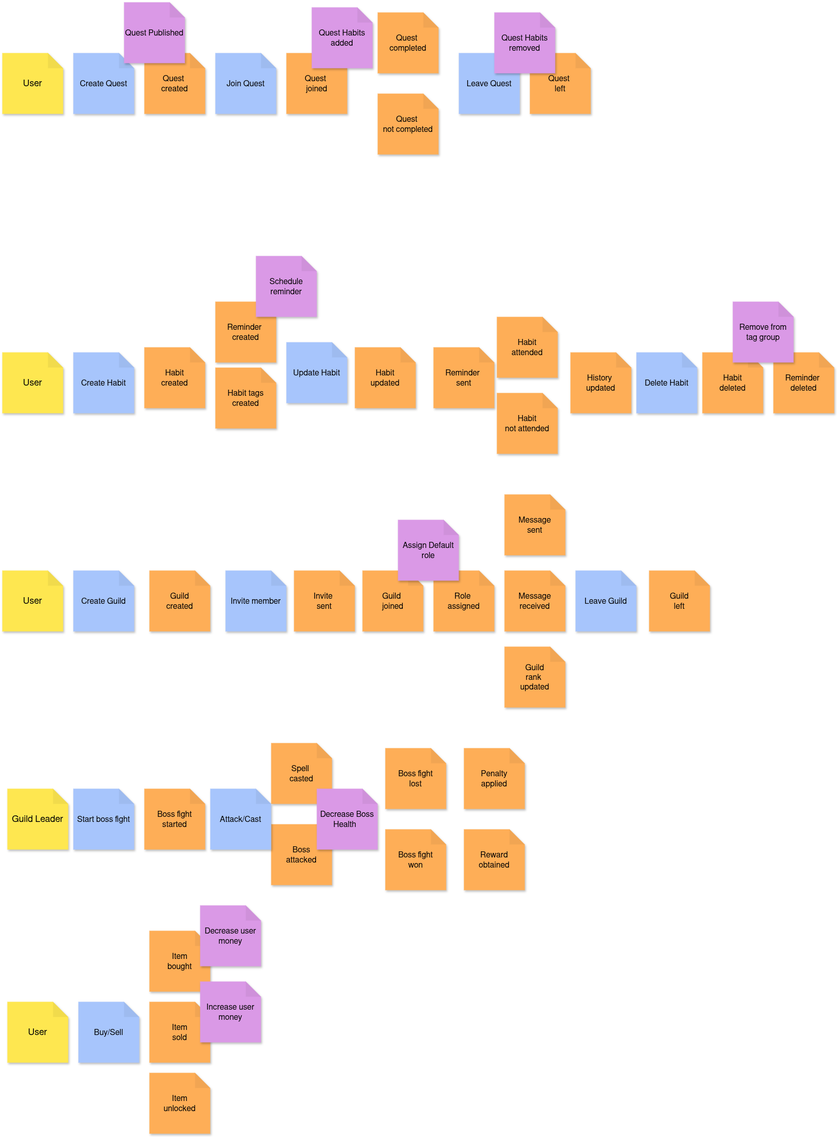
The draw.io diagram docs/eventStorming/EventStorming_CommandAndPolicy.drawio.png in MHS-20/HabitQuest, before a commit. Source tidied: cells renumbered, new cells last; positions are measured from the earlier drawing's top-left corner, leaving out a move shared by most shapes.
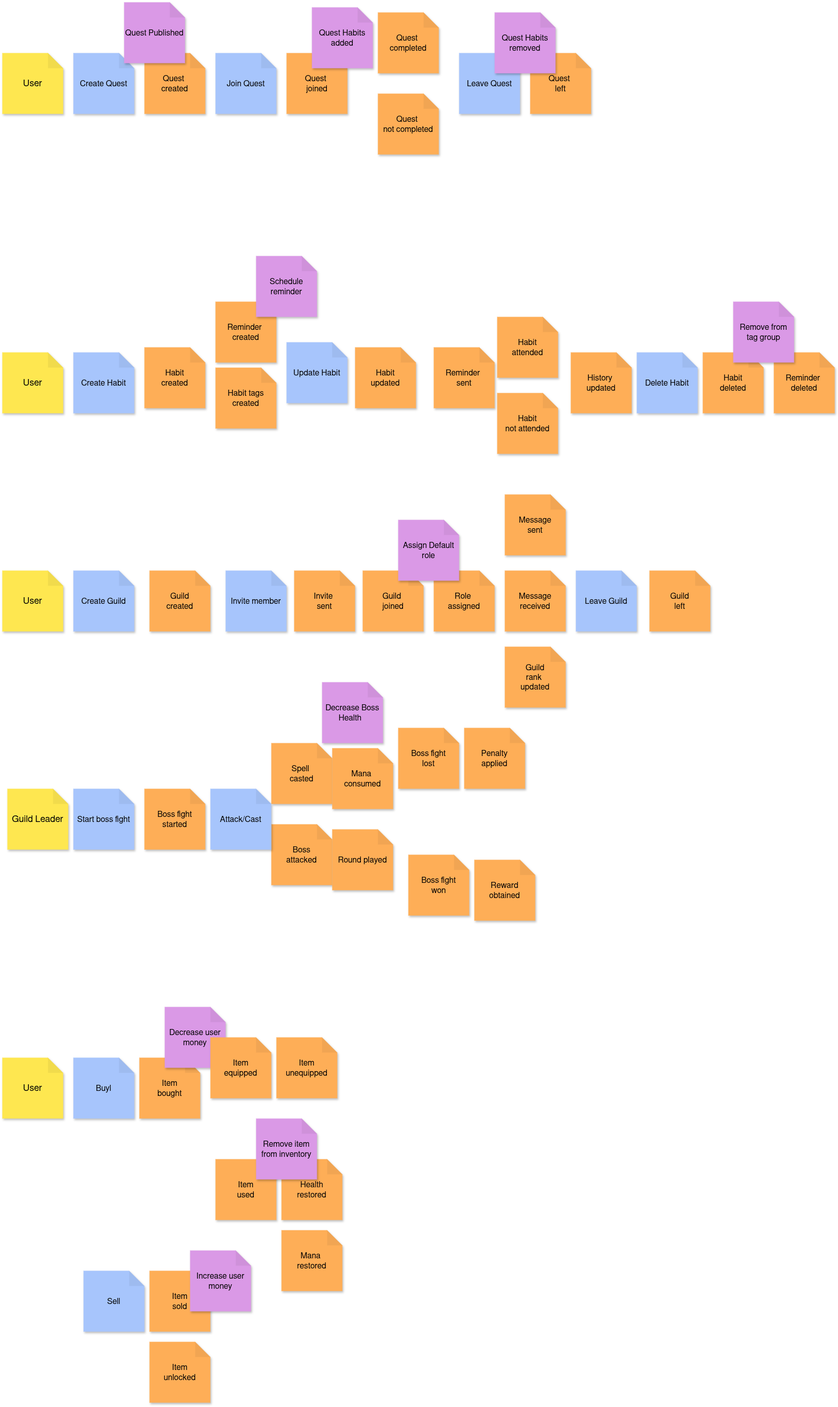
After the commit.

Change to the diagram source:
```diff
@@ -75,10 +75,10 @@
       <mxGeometry x="280" y="1550" width="120" height="120" as="geometry" />
     </mxCell>
     <mxCell id="26" value="Boss fight&lt;div&gt;lost&lt;/div&gt;" style="shape=note;whiteSpace=wrap;html=1;backgroundOutline=1;darkOpacity=0.05;fillColor=#feae57;strokeColor=none;fontSize=16;fontStyle=0;rotation=0;shadow=1;" parent="1" vertex="1">
-      <mxGeometry x="755" y="1470" width="120" height="120" as="geometry" />
+      <mxGeometry x="780" y="1430" width="120" height="120" as="geometry" />
     </mxCell>
     <mxCell id="27" value="Boss fight&lt;div&gt;won&lt;/div&gt;" style="shape=note;whiteSpace=wrap;html=1;backgroundOutline=1;darkOpacity=0.05;fillColor=#feae57;strokeColor=none;fontSize=16;fontStyle=0;rotation=0;shadow=1;" parent="1" vertex="1">
-      <mxGeometry x="755" y="1630" width="120" height="120" as="geometry" />
+      <mxGeometry x="800" y="1680" width="120" height="120" as="geometry" />
     </mxCell>
     <mxCell id="28" value="Spell&amp;nbsp;&lt;div&gt;casted&lt;/div&gt;" style="shape=note;whiteSpace=wrap;html=1;backgroundOutline=1;darkOpacity=0.05;fillColor=#feae57;strokeColor=none;fontSize=16;fontStyle=0;rotation=0;shadow=1;" parent="1" vertex="1">
       <mxGeometry x="530" y="1460" width="120" height="120" as="geometry" />
@@ -87,19 +87,19 @@
       <mxGeometry x="530" y="1620" width="120" height="120" as="geometry" />
     </mxCell>
     <mxCell id="30" value="Reward&lt;div&gt;obtained&lt;/div&gt;" style="shape=note;whiteSpace=wrap;html=1;backgroundOutline=1;darkOpacity=0.05;fillColor=#feae57;strokeColor=none;fontSize=16;fontStyle=0;rotation=0;shadow=1;" parent="1" vertex="1">
-      <mxGeometry x="910" y="1630" width="120" height="120" as="geometry" />
+      <mxGeometry x="930" y="1690" width="120" height="120" as="geometry" />
     </mxCell>
     <mxCell id="31" value="Penalty&lt;div&gt;applied&lt;/div&gt;" style="shape=note;whiteSpace=wrap;html=1;backgroundOutline=1;darkOpacity=0.05;fillColor=#feae57;strokeColor=none;fontSize=16;fontStyle=0;rotation=0;shadow=1;" parent="1" vertex="1">
-      <mxGeometry x="910" y="1470" width="120" height="120" as="geometry" />
+      <mxGeometry x="910" y="1430" width="120" height="120" as="geometry" />
     </mxCell>
     <mxCell id="32" value="Item&lt;div&gt;bought&lt;/div&gt;" style="shape=note;whiteSpace=wrap;html=1;backgroundOutline=1;darkOpacity=0.05;fillColor=#feae57;strokeColor=none;fontSize=16;fontStyle=0;rotation=0;shadow=1;" parent="1" vertex="1">
-      <mxGeometry x="290" y="1830" width="120" height="120" as="geometry" />
+      <mxGeometry x="270" y="2080" width="120" height="120" as="geometry" />
     </mxCell>
     <mxCell id="33" value="Item&lt;div&gt;unlocked&lt;/div&gt;" style="shape=note;whiteSpace=wrap;html=1;backgroundOutline=1;darkOpacity=0.05;fillColor=#feae57;strokeColor=none;fontSize=16;fontStyle=0;rotation=0;shadow=1;" parent="1" vertex="1">
-      <mxGeometry x="290" y="2110" width="120" height="120" as="geometry" />
+      <mxGeometry x="290" y="2640" width="120" height="120" as="geometry" />
     </mxCell>
     <mxCell id="34" value="Item&lt;div&gt;sold&lt;/div&gt;" style="shape=note;whiteSpace=wrap;html=1;backgroundOutline=1;darkOpacity=0.05;fillColor=#feae57;strokeColor=none;fontSize=16;fontStyle=0;rotation=0;shadow=1;" parent="1" vertex="1">
-      <mxGeometry x="290" y="1970" width="120" height="120" as="geometry" />
+      <mxGeometry x="290" y="2500" width="120" height="120" as="geometry" />
     </mxCell>
     <mxCell id="35" value="Create Quest" style="shape=note;whiteSpace=wrap;html=1;backgroundOutline=1;darkOpacity=0.05;fillColor=#a7c5fc;strokeColor=none;fontSize=16;fontStyle=0;rotation=0;shadow=1;" parent="1" vertex="1">
       <mxGeometry x="140" y="100" width="120" height="120" as="geometry" />
@@ -153,7 +153,7 @@
       <mxGeometry x="410" y="1550" width="120" height="120" as="geometry" />
     </mxCell>
     <mxCell id="52" value="Decrease Boss Health&amp;nbsp;&amp;nbsp;" style="shape=note;whiteSpace=wrap;html=1;backgroundOutline=1;darkOpacity=0.05;fillColor=#da99e6;strokeColor=none;fontSize=16;fontStyle=0;rotation=0;shadow=1;" parent="1" vertex="1">
-      <mxGeometry x="620" y="1550" width="120" height="120" as="geometry" />
+      <mxGeometry x="630" y="1340" width="120" height="120" as="geometry" />
     </mxCell>
     <mxCell id="53" value="User" style="shape=note;whiteSpace=wrap;html=1;backgroundOutline=1;darkOpacity=0.05;fillColor=#FEE750;strokeColor=none;fontSize=18;fontStyle=0;rotation=0;shadow=1;" parent="1" vertex="1">
       <mxGeometry y="100" width="120" height="120" as="geometry" />
@@ -167,17 +167,44 @@
     <mxCell id="56" value="Guild Leader" style="shape=note;whiteSpace=wrap;html=1;backgroundOutline=1;darkOpacity=0.05;fillColor=#FEE750;strokeColor=none;fontSize=18;fontStyle=0;rotation=0;shadow=1;" parent="1" vertex="1">
       <mxGeometry x="10" y="1550" width="120" height="120" as="geometry" />
     </mxCell>
-    <mxCell id="57" value="Buy/Sell" style="shape=note;whiteSpace=wrap;html=1;backgroundOutline=1;darkOpacity=0.05;fillColor=#a7c5fc;strokeColor=none;fontSize=16;fontStyle=0;rotation=0;shadow=1;" parent="1" vertex="1">
-      <mxGeometry x="150" y="1970" width="120" height="120" as="geometry" />
+    <mxCell id="57" value="Buyl" style="shape=note;whiteSpace=wrap;html=1;backgroundOutline=1;darkOpacity=0.05;fillColor=#a7c5fc;strokeColor=none;fontSize=16;fontStyle=0;rotation=0;shadow=1;" parent="1" vertex="1">
+      <mxGeometry x="140" y="2080" width="120" height="120" as="geometry" />
     </mxCell>
     <mxCell id="58" value="User" style="shape=note;whiteSpace=wrap;html=1;backgroundOutline=1;darkOpacity=0.05;fillColor=#FEE750;strokeColor=none;fontSize=18;fontStyle=0;rotation=0;shadow=1;" parent="1" vertex="1">
-      <mxGeometry x="10" y="1970" width="120" height="120" as="geometry" />
+      <mxGeometry y="2080" width="120" height="120" as="geometry" />
     </mxCell>
     <mxCell id="59" value="Decrease user money" style="shape=note;whiteSpace=wrap;html=1;backgroundOutline=1;darkOpacity=0.05;fillColor=#da99e6;strokeColor=none;fontSize=16;fontStyle=0;rotation=0;shadow=1;" parent="1" vertex="1">
-      <mxGeometry x="390" y="1780" width="120" height="120" as="geometry" />
+      <mxGeometry x="320" y="1980" width="120" height="120" as="geometry" />
     </mxCell>
     <mxCell id="60" value="Increase user money" style="shape=note;whiteSpace=wrap;html=1;backgroundOutline=1;darkOpacity=0.05;fillColor=#da99e6;strokeColor=none;fontSize=16;fontStyle=0;rotation=0;shadow=1;" parent="1" vertex="1">
-      <mxGeometry x="390" y="1930" width="120" height="120" as="geometry" />
+      <mxGeometry x="370" y="2460" width="120" height="120" as="geometry" />
     </mxCell>
+    <mxCell id="61" value="Mana&amp;nbsp;&lt;div&gt;consumed&lt;/div&gt;" style="shape=note;whiteSpace=wrap;html=1;backgroundOutline=1;darkOpacity=0.05;fillColor=#feae57;strokeColor=none;fontSize=16;fontStyle=0;rotation=0;shadow=1;" parent="1" vertex="1">
+      <mxGeometry x="650" y="1470" width="120" height="120" as="geometry" />
+    </mxCell>
+    <mxCell id="62" value="Round played" style="shape=note;whiteSpace=wrap;html=1;backgroundOutline=1;darkOpacity=0.05;fillColor=#feae57;strokeColor=none;fontSize=16;fontStyle=0;rotation=0;shadow=1;" parent="1" vertex="1">
+      <mxGeometry x="650" y="1630" width="120" height="120" as="geometry" />
+    </mxCell>
+    <mxCell id="63" value="Health&lt;div&gt;restored&lt;/div&gt;" style="shape=note;whiteSpace=wrap;html=1;backgroundOutline=1;darkOpacity=0.05;fillColor=#feae57;strokeColor=none;fontSize=16;fontStyle=0;rotation=0;shadow=1;" parent="1" vertex="1">
+      <mxGeometry x="550" y="2280" width="120" height="120" as="geometry" />
+    </mxCell>
+    <mxCell id="64" value="Item&lt;div&gt;equipped&lt;/div&gt;" style="shape=note;whiteSpace=wrap;html=1;backgroundOutline=1;darkOpacity=0.05;fillColor=#feae57;strokeColor=none;fontSize=16;fontStyle=0;rotation=0;shadow=1;" parent="1" vertex="1">
+      <mxGeometry x="410" y="2040" width="120" height="120" as="geometry" />
+    </mxCell>
+    <mxCell id="65" value="Item&lt;div&gt;unequipped&lt;/div&gt;" style="shape=note;whiteSpace=wrap;html=1;backgroundOutline=1;darkOpacity=0.05;fillColor=#feae57;strokeColor=none;fontSize=16;fontStyle=0;rotation=0;shadow=1;" parent="1" vertex="1">
+      <mxGeometry x="540" y="2040" width="120" height="120" as="geometry" />
+    </mxCell>
+    <mxCell id="66" value="Item&lt;div&gt;used&lt;/div&gt;" style="shape=note;whiteSpace=wrap;html=1;backgroundOutline=1;darkOpacity=0.05;fillColor=#feae57;strokeColor=none;fontSize=16;fontStyle=0;rotation=0;shadow=1;" parent="1" vertex="1">
+      <mxGeometry x="420" y="2280" width="120" height="120" as="geometry" />
+    </mxCell>
+    <mxCell id="67" value="Mana&amp;nbsp;&lt;div&gt;restored&lt;/div&gt;" style="shape=note;whiteSpace=wrap;html=1;backgroundOutline=1;darkOpacity=0.05;fillColor=#feae57;strokeColor=none;fontSize=16;fontStyle=0;rotation=0;shadow=1;" parent="1" vertex="1">
+      <mxGeometry x="550" y="2420" width="120" height="120" as="geometry" />
+    </mxCell>
+    <mxCell id="68" value="Remove item from inventory" style="shape=note;whiteSpace=wrap;html=1;backgroundOutline=1;darkOpacity=0.05;fillColor=#da99e6;strokeColor=none;fontSize=16;fontStyle=0;rotation=0;shadow=1;" parent="1" vertex="1">
+      <mxGeometry x="500" y="2200" width="120" height="120" as="geometry" />
+    </mxCell>
+    <mxCell id="69" value="Sell" style="shape=note;whiteSpace=wrap;html=1;backgroundOutline=1;darkOpacity=0.05;fillColor=#a7c5fc;strokeColor=none;fontSize=16;fontStyle=0;rotation=0;shadow=1;" parent="1" vertex="1">
+      <mxGeometry x="160" y="2500" width="120" height="120" as="geometry" />
+    </mxCell>
   </root>
 </mxGraphModel>
```
